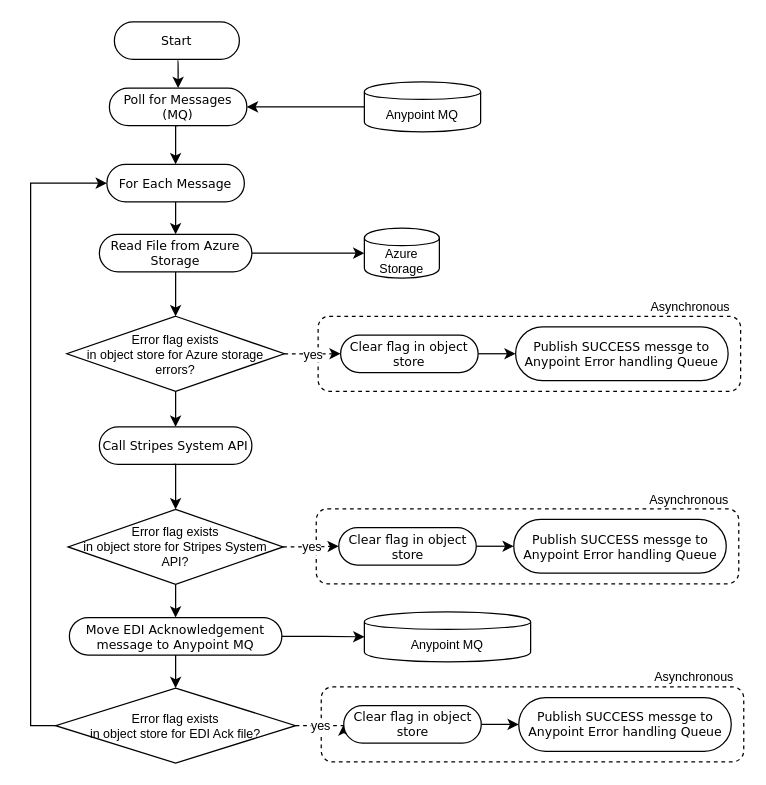
Earlier version of the draw.io diagram page "Invoice Process Flow" (18 of 20) of Copy of eInvoicing API Led.drawio (ahernandez1129/anypoint). Source tidied: cells renumbered, new cells numbered last; positions are measured from the earlier drawing's top-left corner, leaving out a move shared by most shapes. Both pictures are drawn from the tidied source at 125%, with x=0, y=0 at pixel (55, 21).
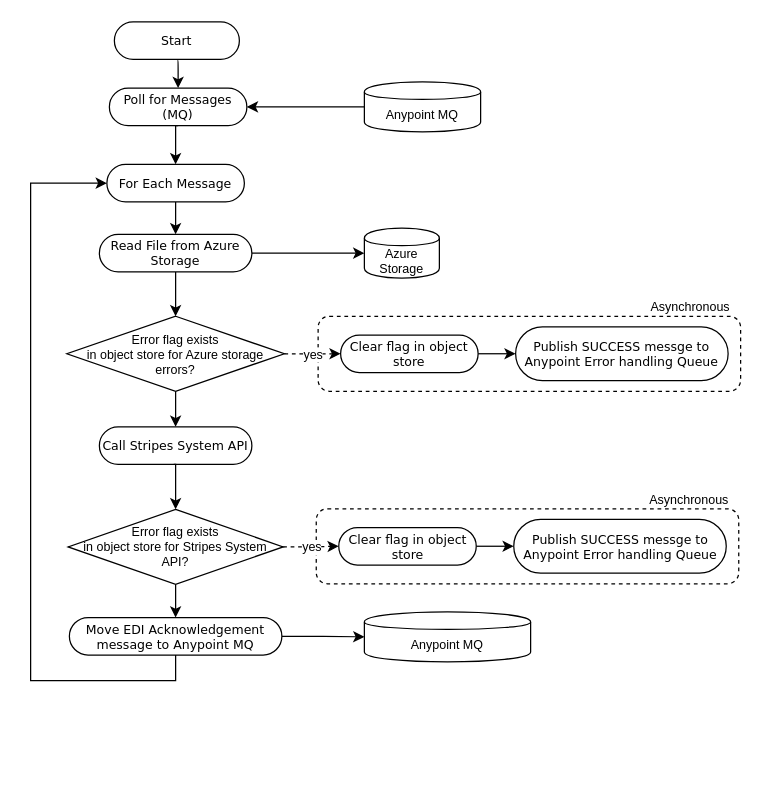
After the change.

The change refers to these unchanged cells:
```xml
<mxCell id="10" value="&lt;span style=&quot;font-size: 10px&quot;&gt;For Each Message&lt;br style=&quot;font-size: 10px&quot;&gt;&lt;/span&gt;" style="rounded=1;whiteSpace=wrap;html=1;shadow=0;comic=0;labelBackgroundColor=none;strokeColor=#000000;strokeWidth=1;fillColor=#ffffff;fontFamily=Verdana;fontSize=10;fontColor=#000000;align=center;arcSize=50;" parent="1" vertex="1">
  <mxGeometry x="41" y="114" width="110" height="30" as="geometry" />
</mxCell>
<mxCell id="34" value="&lt;span style=&quot;font-size: 10px&quot;&gt;Move EDI Acknowledgement message to Anypoint MQ&lt;br style=&quot;font-size: 10px&quot;&gt;&lt;/span&gt;" style="rounded=1;whiteSpace=wrap;html=1;shadow=0;comic=0;labelBackgroundColor=none;strokeColor=#000000;strokeWidth=1;fillColor=#ffffff;fontFamily=Verdana;fontSize=10;fontColor=#000000;align=center;arcSize=50;" parent="1" vertex="1">
  <mxGeometry x="11" y="476.5" width="170" height="30" as="geometry" />
</mxCell>
```

The edit, as a diff of the source:
```diff
@@
-    <mxCell id="32" style="edgeStyle=orthogonalEdgeStyle;rounded=0;jettySize=auto;html=1;exitX=0.5;exitY=1;exitDx=0;exitDy=0;entryX=0.5;entryY=0;entryDx=0;entryDy=0;fontSize=10;" parent="1" edge="1" source="34" target="38">
-      <mxGeometry relative="1" as="geometry" />
-    </mxCell>
@@
+    <mxCell id="44" style="edgeStyle=orthogonalEdgeStyle;rounded=0;jettySize=auto;html=1;exitX=0.5;exitY=1;exitDx=0;exitDy=0;entryX=0;entryY=0.5;entryDx=0;entryDy=0;" parent="1" edge="1" source="34" target="10">
+      <mxGeometry relative="1" as="geometry">
+        <Array as="points">
+          <mxPoint x="96" y="527" />
+          <mxPoint x="-20" y="527" />
+          <mxPoint x="-20" y="129" />
+        </Array>
+      </mxGeometry>
+    </mxCell>
@@
-    <mxCell id="35" style="rounded=1;whiteSpace=wrap;html=1;fontSize=10;dashed=1;" parent="1" vertex="1">
-      <mxGeometry x="212.5" y="532" width="338" height="60" as="geometry" />
-    </mxCell>
-    <mxCell id="36" value="yes" style="edgeStyle=orthogonalEdgeStyle;rounded=0;jettySize=auto;html=1;exitX=1;exitY=0.5;exitDx=0;exitDy=0;entryX=0;entryY=0.5;entryDx=0;entryDy=0;fontSize=10;dashed=1;" parent="1" edge="1" source="38" target="40">
-      <mxGeometry relative="1" as="geometry" />
-    </mxCell>
-    <mxCell id="37" style="edgeStyle=orthogonalEdgeStyle;rounded=0;jettySize=auto;html=1;exitX=0;exitY=0.5;exitDx=0;exitDy=0;entryX=0;entryY=0.5;entryDx=0;entryDy=0;fontSize=10;" parent="1" edge="1" source="38" target="10">
-      <mxGeometry relative="1" as="geometry" />
-    </mxCell>
-    <mxCell id="38" value="&lt;font style=&quot;font-size: 10px&quot;&gt;Error flag exists&lt;br style=&quot;font-size: 10px&quot;&gt;in object store for EDI Ack file?&lt;/font&gt;" style="rhombus;whiteSpace=wrap;html=1;fontSize=10;" parent="1" vertex="1">
-      <mxGeometry y="533" width="192" height="60" as="geometry" />
-    </mxCell>
-    <mxCell id="39" style="edgeStyle=orthogonalEdgeStyle;rounded=0;jettySize=auto;html=1;exitX=1;exitY=0.5;exitDx=0;exitDy=0;entryX=0;entryY=0.5;entryDx=0;entryDy=0;fontSize=10;" parent="1" edge="1" source="40" target="41">
-      <mxGeometry relative="1" as="geometry" />
-    </mxCell>
-    <mxCell id="40" value="&lt;span style=&quot;font-size: 10px&quot;&gt;Clear flag in object store&lt;br style=&quot;font-size: 10px&quot;&gt;&lt;/span&gt;" style="rounded=1;whiteSpace=wrap;html=1;shadow=0;comic=0;labelBackgroundColor=none;strokeColor=#000000;strokeWidth=1;fillColor=#ffffff;fontFamily=Verdana;fontSize=10;fontColor=#000000;align=center;arcSize=50;" parent="1" vertex="1">
-      <mxGeometry x="230.5" y="547" width="110" height="30" as="geometry" />
-    </mxCell>
-    <mxCell id="41" value="&lt;span style=&quot;font-size: 10px&quot;&gt;Publish SUCCESS messge to Anypoint Error handling Queue&lt;br style=&quot;font-size: 10px&quot;&gt;&lt;/span&gt;" style="rounded=1;whiteSpace=wrap;html=1;shadow=0;comic=0;labelBackgroundColor=none;strokeColor=#000000;strokeWidth=1;fillColor=#ffffff;fontFamily=Verdana;fontSize=10;fontColor=#000000;align=center;arcSize=50;" parent="1" vertex="1">
-      <mxGeometry x="370.5" y="540.5" width="170" height="43" as="geometry" />
-    </mxCell>
-    <mxCell id="42" value="Asynchronous" style="text;html=1;strokeColor=none;fillColor=none;align=center;verticalAlign=middle;whiteSpace=wrap;rounded=0;dashed=1;fontSize=10;" parent="1" vertex="1">
-      <mxGeometry x="490.5" y="514" width="40" height="20" as="geometry" />
-    </mxCell>
```
